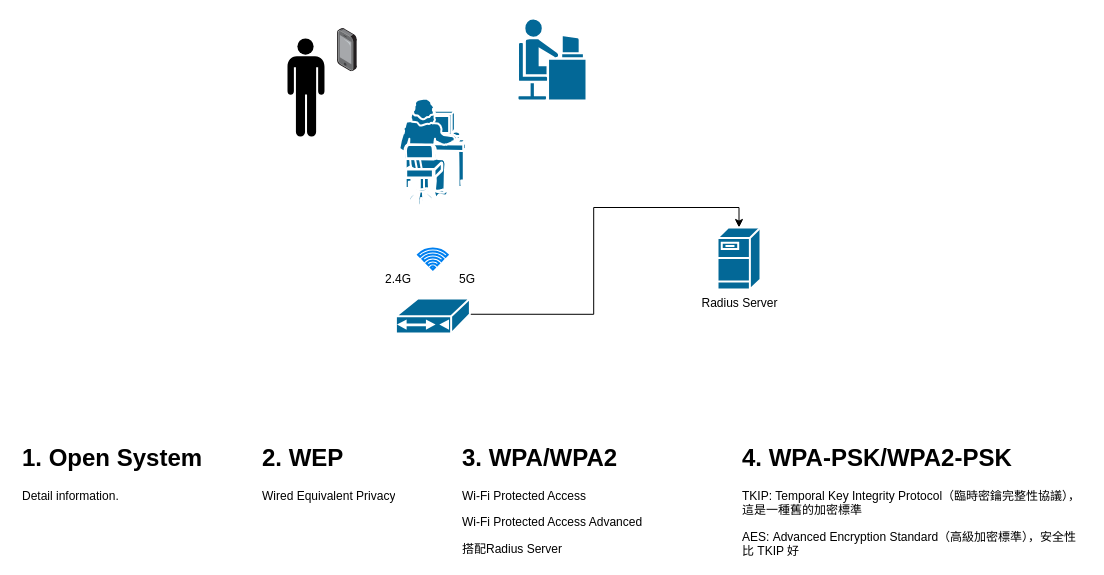
Above: page "WiFi" (4 of 5) of Cable_Modem_Architecture_Sample.drawio in nelsonchung/drawio (draw.io), before the change. Source tidied: cells renumbered, new cells numbered last; positions are measured from the earlier drawing's top-left corner, leaving out a move shared by most shapes. Both pictures are drawn from the tidied source at 100%, with x=0, y=0 at pixel (17, 18).
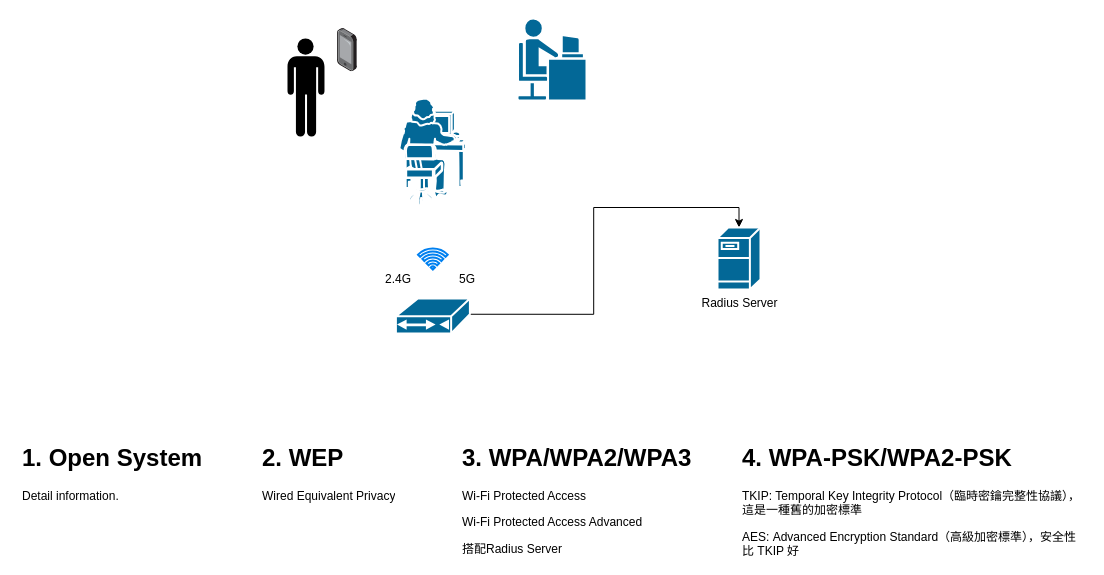
Above is the later version.

Commit message:
[Cable_Modem_Architecture_Sample] Add Encryption description in WiFi sheet.

The edit, as a diff of the source:
```diff
@@
 <mxGraphModel>
   <root>
     <mxCell id="0" />
     <mxCell id="1" parent="0" />
     <mxCell id="2" style="edgeStyle=orthogonalEdgeStyle;rounded=0;jettySize=auto;html=1;exitX=1;exitY=0.45;exitDx=0;exitDy=0;exitPerimeter=0;entryX=0.5;entryY=0;entryDx=0;entryDy=0;entryPerimeter=0;" parent="1" edge="1" source="3" target="15">
       <mxGeometry relative="1" as="geometry" />
     </mxCell>
     <mxCell id="3" style="shape=mxgraph.cisco.modems_and_phones.cable_modem;html=1;dashed=0;fillColor=#036897;strokeColor=#ffffff;strokeWidth=2;verticalLabelPosition=bottom;verticalAlign=top;align=center;outlineConnect=0;" parent="1" vertex="1">
       <mxGeometry x="378.4" y="280" width="74" height="35" as="geometry" />
     </mxCell>
     <mxCell id="4" style="shape=mxgraph.cisco.people.androgenous_person;html=1;dashed=0;fillColor=#036897;strokeColor=#ffffff;strokeWidth=2;verticalLabelPosition=bottom;verticalAlign=top;align=center;" parent="1" vertex="1">
       <mxGeometry x="500" width="69" height="82" as="geometry" />
     </mxCell>
     <mxCell id="5" style="shape=mxgraph.cisco.people.mac_woman;html=1;dashed=0;fillColor=#036897;strokeColor=#ffffff;strokeWidth=2;verticalLabelPosition=bottom;verticalAlign=top;align=center;" parent="1" vertex="1">
       <mxGeometry x="381.9" y="80" width="67" height="107" as="geometry" />
     </mxCell>
     <mxCell id="6" style="html=1;verticalLabelPosition=bottom;align=center;labelBackgroundColor=#ffffff;verticalAlign=top;strokeWidth=2;strokeColor=#0080F0;shadow=0;dashed=0;shape=mxgraph.ios7.icons.wifi;" parent="1" vertex="1">
       <mxGeometry x="400.5" y="230" width="29.7" height="21" as="geometry" />
     </mxCell>
     <mxCell id="7" value="2.4G" style="text;html=1;strokeColor=none;fillColor=none;align=center;verticalAlign=middle;whiteSpace=wrap;rounded=0;" parent="1" vertex="1">
       <mxGeometry x="360.5" y="251" width="40" height="20" as="geometry" />
     </mxCell>
     <mxCell id="8" value="5G" style="text;html=1;strokeColor=none;fillColor=none;align=center;verticalAlign=middle;whiteSpace=wrap;rounded=0;" parent="1" vertex="1">
       <mxGeometry x="430.2" y="251" width="40" height="20" as="geometry" />
     </mxCell>
     <mxCell id="9" style="html=1;align=center;shadow=0;dashed=0;image;image=img/lib/allied_telesis/computer_and_terminals/Smartphone.svg;" parent="1" vertex="1">
       <mxGeometry x="320" y="10" width="19.8" height="43.2" as="geometry" />
     </mxCell>
     <mxCell id="10" style="shape=mxgraph.signs.people.man_1;html=1;fillColor=#000000;strokeColor=none;verticalLabelPosition=bottom;verticalAlign=top;align=center;" parent="1" vertex="1">
       <mxGeometry x="270" y="20" width="37" height="98" as="geometry" />
     </mxCell>
     <mxCell id="11" value="&lt;h1&gt;1. Open System&lt;/h1&gt;&lt;p&gt;Detail information.&lt;/p&gt;" style="text;html=1;strokeColor=none;fillColor=none;spacing=5;spacingTop=-20;whiteSpace=wrap;overflow=hidden;rounded=0;" parent="1" vertex="1">
       <mxGeometry y="420" width="190" height="120" as="geometry" />
     </mxCell>
     <mxCell id="12" value="&lt;h1&gt;2. WEP&lt;/h1&gt;&lt;p&gt;Wired Equivalent Privacy&lt;/p&gt;" style="text;html=1;strokeColor=none;fillColor=none;spacing=5;spacingTop=-20;whiteSpace=wrap;overflow=hidden;rounded=0;" parent="1" vertex="1">
       <mxGeometry x="240.2" y="420" width="190" height="120" as="geometry" />
     </mxCell>
-    <mxCell id="13" value="&lt;h1&gt;3. WPA/WPA2&lt;/h1&gt;&lt;p&gt;Wi-Fi Protected Access&lt;/p&gt;&lt;p&gt;Wi-Fi Protected Access Advanced&lt;/p&gt;&lt;p&gt;搭配Radius Server&lt;/p&gt;" style="text;html=1;strokeColor=none;fillColor=none;spacing=5;spacingTop=-20;whiteSpace=wrap;overflow=hidden;rounded=0;" parent="1" vertex="1">
-      <mxGeometry x="439.5" y="420" width="230.5" height="120" as="geometry" />
+    <mxCell id="13" value="&lt;h1&gt;3. WPA/WPA2/WPA3&lt;/h1&gt;&lt;p&gt;Wi-Fi Protected Access&lt;/p&gt;&lt;p&gt;Wi-Fi Protected Access Advanced&lt;/p&gt;&lt;p&gt;搭配Radius Server&lt;/p&gt;" style="text;html=1;strokeColor=none;fillColor=none;spacing=5;spacingTop=-20;whiteSpace=wrap;overflow=hidden;rounded=0;" parent="1" vertex="1">
+      <mxGeometry x="439.5" y="420" width="270.5" height="120" as="geometry" />
     </mxCell>
     <mxCell id="14" value="&lt;h1&gt;4. WPA-PSK/WPA2-PSK&lt;/h1&gt;&lt;p&gt;TKIP:&amp;nbsp;Temporal Key Integrity Protocol（臨時密鑰完整性協議），這是一種舊的加密標準&lt;/p&gt;&lt;p&gt;AES:&amp;nbsp;Advanced Encryption Standard（高級加密標準），安全性比 TKIP 好&lt;/p&gt;" style="text;html=1;strokeColor=none;fillColor=none;spacing=5;spacingTop=-20;whiteSpace=wrap;overflow=hidden;rounded=0;" parent="1" vertex="1">
       <mxGeometry x="720" y="420" width="350" height="120" as="geometry" />
     </mxCell>
     <mxCell id="15" value="Radius Server" style="shape=mxgraph.cisco.servers.fileserver;html=1;dashed=0;fillColor=#036897;strokeColor=#ffffff;strokeWidth=2;verticalLabelPosition=bottom;verticalAlign=top;align=center;outlineConnect=0;" parent="1" vertex="1">
       <mxGeometry x="700" y="209" width="43" height="62" as="geometry" />
     </mxCell>
   </root>
 </mxGraphModel>
```
